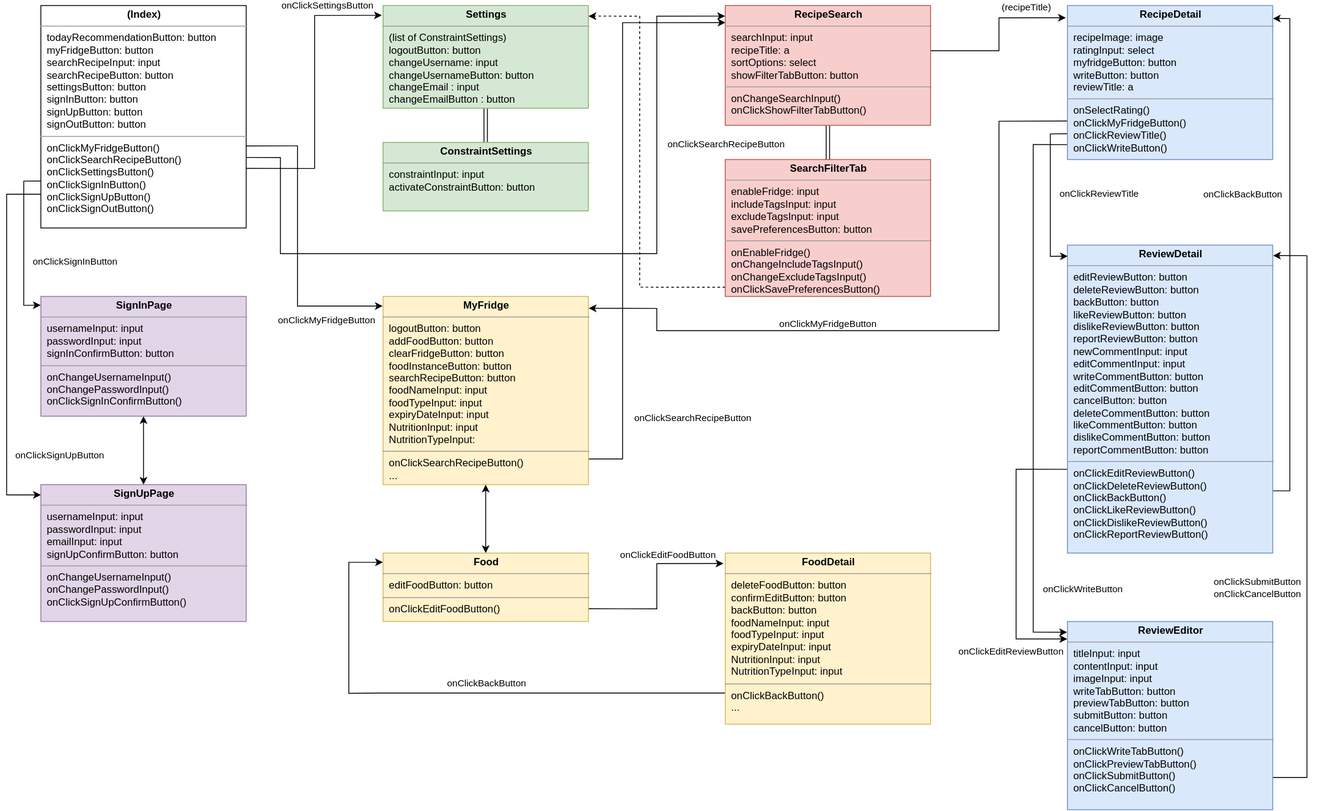
swsnu/swpp2020-team10 keeps this draw.io diagram as img/componentRelations.svg. Above is the earlier version. Source tidied: cells renumbered, new cells last; positions are measured from the earlier drawing's top-left corner, leaving out a move shared by most shapes.
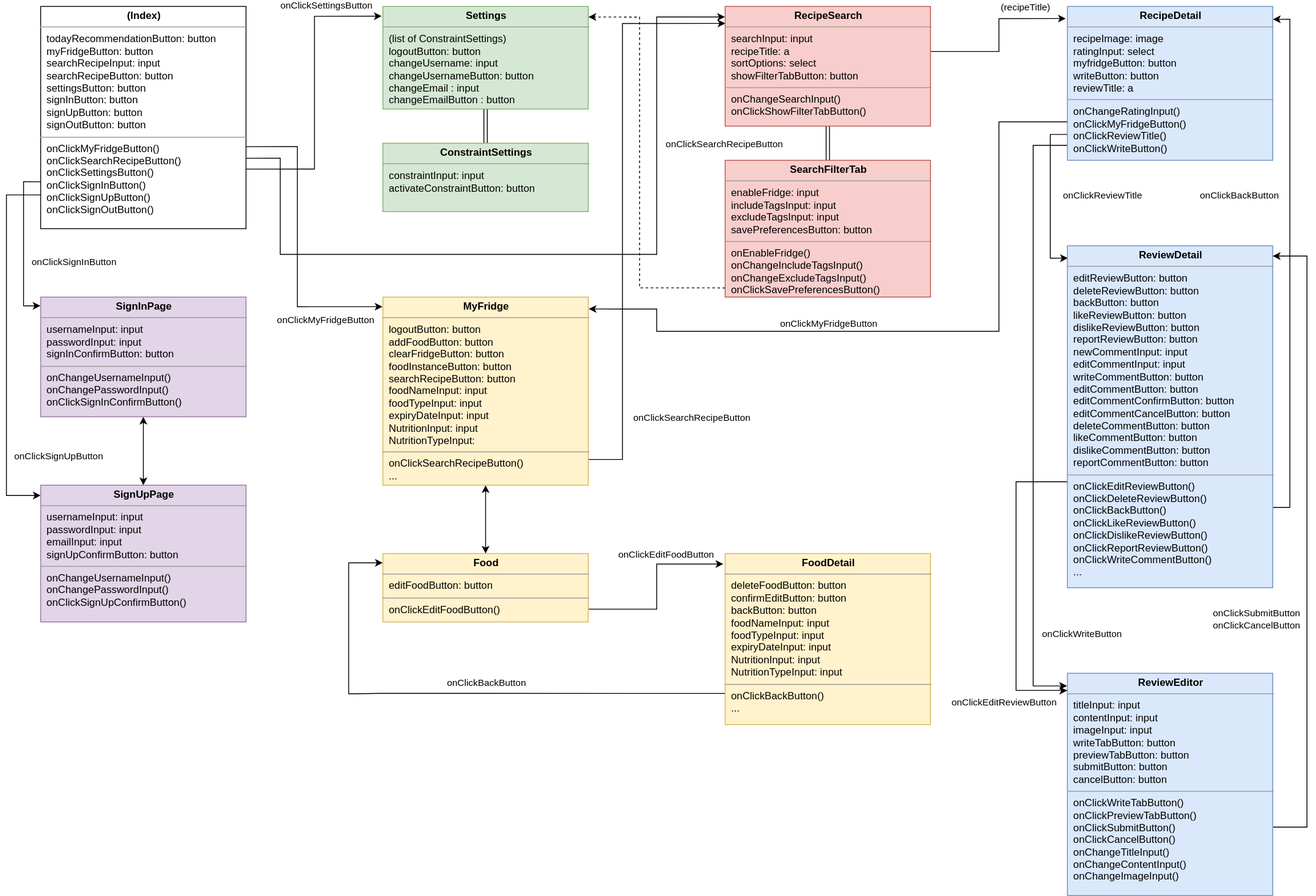
After the change.

The edit, as a diff of the source:
```diff
@@ -163,14 +163,14 @@
     </mxCell>
     <mxCell id="36" value="onClickReviewTitle" style="edgeLabel;html=1;align=center;verticalAlign=middle;" parent="35" vertex="1">
       <mxGeometry x="-0.11" y="1" relative="1" as="geometry">
-        <mxPoint x="54" y="8.1" as="offset" />
+        <mxPoint x="59" y="7.8" as="offset" />
       </mxGeometry>
     </mxCell>
     <mxCell id="37" style="edgeStyle=orthogonalEdgeStyle;rounded=0;jettySize=auto;html=1;exitX=0.003;exitY=0.903;exitDx=0;exitDy=0;startArrow=none;startFill=0;exitPerimeter=0;entryX=-0.002;entryY=0.057;entryDx=0;entryDy=0;entryPerimeter=0;" parent="1" edge="1" source="41" target="49">
       <mxGeometry relative="1" as="geometry">
         <Array as="points">
           <mxPoint x="1200" y="163" />
-          <mxPoint x="1200" y="733" />
+          <mxPoint x="1200" y="795" />
         </Array>
       </mxGeometry>
     </mxCell>
@@ -194,27 +194,29 @@
         <mxPoint x="17.3" y="-9" as="offset" />
       </mxGeometry>
     </mxCell>
-    <mxCell id="41" value="&lt;p style=&quot;margin: 0px ; margin-top: 4px ; text-align: center&quot;&gt;&lt;b&gt;RecipeDetail&lt;/b&gt;&lt;/p&gt;&lt;hr size=&quot;1&quot;&gt;&lt;p style=&quot;margin: 0px ; margin-left: 4px&quot;&gt;&amp;nbsp;recipeImage: image&lt;/p&gt;&lt;p style=&quot;margin: 0px ; margin-left: 4px&quot;&gt;&amp;nbsp;ratingInput: select&lt;/p&gt;&lt;p style=&quot;margin: 0px ; margin-left: 4px&quot;&gt;&amp;nbsp;myfridgeButton: button&lt;/p&gt;&lt;p style=&quot;margin: 0px ; margin-left: 4px&quot;&gt;&amp;nbsp;writeButton: button&lt;/p&gt;&lt;p style=&quot;margin: 0px ; margin-left: 4px&quot;&gt;&amp;nbsp;reviewTitle: a&lt;/p&gt;&lt;hr size=&quot;1&quot;&gt;&lt;p style=&quot;margin: 0px ; margin-left: 4px&quot;&gt;&amp;nbsp;onSelectRating()&lt;/p&gt;&lt;p style=&quot;margin: 0px ; margin-left: 4px&quot;&gt;&amp;nbsp;onClickMyFridgeButton()&lt;/p&gt;&lt;p style=&quot;margin: 0px ; margin-left: 4px&quot;&gt;&amp;nbsp;onClickReviewTitle()&lt;/p&gt;&lt;p style=&quot;margin: 0px ; margin-left: 4px&quot;&gt;&amp;nbsp;onClickWriteButton()&lt;/p&gt;" style="verticalAlign=top;align=left;overflow=fill;fontSize=12;fontFamily=Helvetica;html=1;rounded=0;shadow=0;glass=0;comic=0;sketch=0;fillColor=#dae8fc;strokeColor=#6c8ebf;" parent="1" vertex="1">
+    <mxCell id="41" value="&lt;p style=&quot;margin: 0px ; margin-top: 4px ; text-align: center&quot;&gt;&lt;b&gt;RecipeDetail&lt;/b&gt;&lt;/p&gt;&lt;hr size=&quot;1&quot;&gt;&lt;p style=&quot;margin: 0px ; margin-left: 4px&quot;&gt;&amp;nbsp;recipeImage: image&lt;/p&gt;&lt;p style=&quot;margin: 0px ; margin-left: 4px&quot;&gt;&amp;nbsp;ratingInput: select&lt;/p&gt;&lt;p style=&quot;margin: 0px ; margin-left: 4px&quot;&gt;&amp;nbsp;myfridgeButton: button&lt;/p&gt;&lt;p style=&quot;margin: 0px ; margin-left: 4px&quot;&gt;&amp;nbsp;writeButton: button&lt;/p&gt;&lt;p style=&quot;margin: 0px ; margin-left: 4px&quot;&gt;&amp;nbsp;reviewTitle: a&lt;/p&gt;&lt;hr size=&quot;1&quot;&gt;&lt;p style=&quot;margin: 0px ; margin-left: 4px&quot;&gt;&amp;nbsp;onChangeRatingInput()&lt;/p&gt;&lt;p style=&quot;margin: 0px ; margin-left: 4px&quot;&gt;&amp;nbsp;onClickMyFridgeButton()&lt;/p&gt;&lt;p style=&quot;margin: 0px ; margin-left: 4px&quot;&gt;&amp;nbsp;onClickReviewTitle()&lt;/p&gt;&lt;p style=&quot;margin: 0px ; margin-left: 4px&quot;&gt;&amp;nbsp;onClickWriteButton()&lt;/p&gt;" style="verticalAlign=top;align=left;overflow=fill;fontSize=12;fontFamily=Helvetica;html=1;rounded=0;shadow=0;glass=0;comic=0;sketch=0;fillColor=#dae8fc;strokeColor=#6c8ebf;" parent="1" vertex="1">
       <mxGeometry x="1240" width="240" height="180" as="geometry" />
     </mxCell>
-    <mxCell id="42" style="edgeStyle=orthogonalEdgeStyle;rounded=0;jettySize=auto;html=1;exitX=1.001;exitY=0.798;exitDx=0;exitDy=0;entryX=1.001;entryY=0.084;entryDx=0;entryDy=0;startArrow=none;startFill=0;entryPerimeter=0;exitPerimeter=0;" parent="1" edge="1" source="46" target="41">
+    <mxCell id="42" style="edgeStyle=orthogonalEdgeStyle;rounded=0;jettySize=auto;html=1;entryX=1.001;entryY=0.084;entryDx=0;entryDy=0;startArrow=none;startFill=0;entryPerimeter=0;" parent="1" edge="1" target="41">
       <mxGeometry relative="1" as="geometry">
+        <mxPoint x="1480" y="586" as="sourcePoint" />
         <Array as="points">
-          <mxPoint x="1500" y="567" />
+          <mxPoint x="1500" y="586" />
           <mxPoint x="1500" y="15" />
         </Array>
       </mxGeometry>
     </mxCell>
     <mxCell id="43" value="onClickBackButton" style="edgeLabel;html=1;align=center;verticalAlign=middle;" parent="42" vertex="1">
       <mxGeometry x="0.23" y="1" relative="1" as="geometry">
-        <mxPoint x="-56" y="-4.2" as="offset" />
+        <mxPoint x="-59" y="-11.7" as="offset" />
       </mxGeometry>
     </mxCell>
-    <mxCell id="44" style="edgeStyle=orthogonalEdgeStyle;rounded=0;jettySize=auto;html=1;exitX=0;exitY=0.728;exitDx=0;exitDy=0;entryX=-0.001;entryY=0.093;entryDx=0;entryDy=0;entryPerimeter=0;startArrow=none;startFill=0;exitPerimeter=0;" parent="1" edge="1" source="46" target="49">
+    <mxCell id="44" style="edgeStyle=orthogonalEdgeStyle;rounded=0;jettySize=auto;html=1;exitX=0;exitY=0.69;exitDx=0;exitDy=0;entryX=-0.001;entryY=0.078;entryDx=0;entryDy=0;entryPerimeter=0;startArrow=none;startFill=0;exitPerimeter=0;" parent="1" edge="1" source="46" target="49">
       <mxGeometry relative="1" as="geometry">
         <Array as="points">
-          <mxPoint x="1180" y="542" />
-          <mxPoint x="1180" y="741" />
+          <mxPoint x="1180" y="556" />
+          <mxPoint x="1180" y="800" />
+          <mxPoint x="1240" y="800" />
         </Array>
       </mxGeometry>
     </mxCell>
@@ -223,13 +225,13 @@
         <mxPoint x="-21.6" y="13.5" as="offset" />
       </mxGeometry>
     </mxCell>
-    <mxCell id="46" value="&lt;p style=&quot;margin: 0px ; margin-top: 4px ; text-align: center&quot;&gt;&lt;b&gt;ReviewDetail&lt;/b&gt;&lt;/p&gt;&lt;hr size=&quot;1&quot;&gt;&lt;p style=&quot;margin: 0px ; margin-left: 4px&quot;&gt;&amp;nbsp;editReviewButton: button&lt;/p&gt;&lt;p style=&quot;margin: 0px ; margin-left: 4px&quot;&gt;&amp;nbsp;deleteReviewButton: button&lt;/p&gt;&lt;p style=&quot;margin: 0px ; margin-left: 4px&quot;&gt;&amp;nbsp;backButton: button&lt;/p&gt;&lt;p style=&quot;margin: 0px ; margin-left: 4px&quot;&gt;&amp;nbsp;likeReviewButton: button&lt;/p&gt;&lt;p style=&quot;margin: 0px ; margin-left: 4px&quot;&gt;&amp;nbsp;dislikeReviewButton: button&lt;/p&gt;&lt;p style=&quot;margin: 0px ; margin-left: 4px&quot;&gt;&amp;nbsp;reportReviewButton: button&lt;/p&gt;&lt;p style=&quot;margin: 0px ; margin-left: 4px&quot;&gt;&amp;nbsp;newCommentInput: input&lt;/p&gt;&lt;p style=&quot;margin: 0px ; margin-left: 4px&quot;&gt;&amp;nbsp;editCommentInput: input&lt;/p&gt;&lt;p style=&quot;margin: 0px ; margin-left: 4px&quot;&gt;&amp;nbsp;writeCommentButton: button&lt;/p&gt;&lt;p style=&quot;margin: 0px ; margin-left: 4px&quot;&gt;&amp;nbsp;editCommentButton: button&lt;/p&gt;&lt;p style=&quot;margin: 0px ; margin-left: 4px&quot;&gt;&amp;nbsp;cancelButton: button&lt;/p&gt;&lt;p style=&quot;margin: 0px ; margin-left: 4px&quot;&gt;&amp;nbsp;deleteCommentButton: button&lt;/p&gt;&lt;p style=&quot;margin: 0px ; margin-left: 4px&quot;&gt;&amp;nbsp;likeCommentButton: button&lt;/p&gt;&lt;p style=&quot;margin: 0px ; margin-left: 4px&quot;&gt;&amp;nbsp;dislikeCommentButton: button&lt;/p&gt;&lt;p style=&quot;margin: 0px ; margin-left: 4px&quot;&gt;&amp;nbsp;reportCommentButton: button&lt;/p&gt;&lt;hr size=&quot;1&quot;&gt;&lt;p style=&quot;margin: 0px ; margin-left: 4px&quot;&gt;&amp;nbsp;onClickEditReviewButton()&lt;/p&gt;&lt;p style=&quot;margin: 0px ; margin-left: 4px&quot;&gt;&amp;nbsp;onClickDeleteReviewButton()&lt;/p&gt;&lt;p style=&quot;margin: 0px ; margin-left: 4px&quot;&gt;&amp;nbsp;onClickBackButton()&lt;/p&gt;&lt;p style=&quot;margin: 0px ; margin-left: 4px&quot;&gt;&amp;nbsp;onClickLikeReviewButton()&lt;/p&gt;&lt;p style=&quot;margin: 0px ; margin-left: 4px&quot;&gt;&amp;nbsp;onClickDislikeReviewButton()&lt;/p&gt;&lt;p style=&quot;margin: 0px ; margin-left: 4px&quot;&gt;&amp;nbsp;onClickReportReviewButton()&lt;/p&gt;" style="verticalAlign=top;align=left;overflow=fill;fontSize=12;fontFamily=Helvetica;html=1;rounded=0;shadow=0;glass=0;comic=0;sketch=0;fillColor=#dae8fc;strokeColor=#6c8ebf;" parent="1" vertex="1">
-      <mxGeometry x="1240" y="280" width="240" height="360" as="geometry" />
+    <mxCell id="46" value="&lt;p style=&quot;margin: 0px ; margin-top: 4px ; text-align: center&quot;&gt;&lt;b&gt;ReviewDetail&lt;/b&gt;&lt;/p&gt;&lt;hr size=&quot;1&quot;&gt;&lt;p style=&quot;margin: 0px ; margin-left: 4px&quot;&gt;&amp;nbsp;editReviewButton: button&lt;/p&gt;&lt;p style=&quot;margin: 0px ; margin-left: 4px&quot;&gt;&amp;nbsp;deleteReviewButton: button&lt;/p&gt;&lt;p style=&quot;margin: 0px ; margin-left: 4px&quot;&gt;&amp;nbsp;backButton: button&lt;/p&gt;&lt;p style=&quot;margin: 0px ; margin-left: 4px&quot;&gt;&amp;nbsp;likeReviewButton: button&lt;/p&gt;&lt;p style=&quot;margin: 0px ; margin-left: 4px&quot;&gt;&amp;nbsp;dislikeReviewButton: button&lt;/p&gt;&lt;p style=&quot;margin: 0px ; margin-left: 4px&quot;&gt;&amp;nbsp;reportReviewButton: button&lt;/p&gt;&lt;p style=&quot;margin: 0px ; margin-left: 4px&quot;&gt;&amp;nbsp;newCommentInput: input&lt;/p&gt;&lt;p style=&quot;margin: 0px ; margin-left: 4px&quot;&gt;&amp;nbsp;editCommentInput: input&lt;/p&gt;&lt;p style=&quot;margin: 0px ; margin-left: 4px&quot;&gt;&amp;nbsp;writeCommentButton: button&lt;/p&gt;&lt;p style=&quot;margin: 0px ; margin-left: 4px&quot;&gt;&amp;nbsp;&lt;span&gt;editCommentButton: button&lt;/span&gt;&lt;/p&gt;&lt;p style=&quot;margin: 0px ; margin-left: 4px&quot;&gt;&amp;nbsp;editCommentConfirmButton: button&lt;/p&gt;&lt;p style=&quot;margin: 0px ; margin-left: 4px&quot;&gt;&amp;nbsp;editCommentCancelButton: button&lt;/p&gt;&lt;p style=&quot;margin: 0px ; margin-left: 4px&quot;&gt;&amp;nbsp;deleteCommentButton: button&lt;/p&gt;&lt;p style=&quot;margin: 0px ; margin-left: 4px&quot;&gt;&amp;nbsp;likeCommentButton: button&lt;/p&gt;&lt;p style=&quot;margin: 0px ; margin-left: 4px&quot;&gt;&amp;nbsp;dislikeCommentButton: button&lt;/p&gt;&lt;p style=&quot;margin: 0px ; margin-left: 4px&quot;&gt;&amp;nbsp;reportCommentButton: button&lt;/p&gt;&lt;hr size=&quot;1&quot;&gt;&lt;p style=&quot;margin: 0px ; margin-left: 4px&quot;&gt;&amp;nbsp;onClickEditReviewButton()&lt;/p&gt;&lt;p style=&quot;margin: 0px ; margin-left: 4px&quot;&gt;&amp;nbsp;onClickDeleteReviewButton()&lt;/p&gt;&lt;p style=&quot;margin: 0px ; margin-left: 4px&quot;&gt;&amp;nbsp;onClickBackButton()&lt;/p&gt;&lt;p style=&quot;margin: 0px ; margin-left: 4px&quot;&gt;&amp;nbsp;onClickLikeReviewButton()&lt;/p&gt;&lt;p style=&quot;margin: 0px ; margin-left: 4px&quot;&gt;&amp;nbsp;onClickDislikeReviewButton()&lt;/p&gt;&lt;p style=&quot;margin: 0px ; margin-left: 4px&quot;&gt;&amp;nbsp;onClickReportReviewButton()&lt;/p&gt;&lt;p style=&quot;margin: 0px ; margin-left: 4px&quot;&gt;&amp;nbsp;onClickWriteCommentButton()&lt;/p&gt;&lt;p style=&quot;margin: 0px ; margin-left: 4px&quot;&gt;&amp;nbsp;...&lt;/p&gt;" style="verticalAlign=top;align=left;overflow=fill;fontSize=12;fontFamily=Helvetica;html=1;rounded=0;shadow=0;glass=0;comic=0;sketch=0;fillColor=#dae8fc;strokeColor=#6c8ebf;" parent="1" vertex="1">
+      <mxGeometry x="1240" y="280" width="240" height="400" as="geometry" />
     </mxCell>
-    <mxCell id="47" style="edgeStyle=orthogonalEdgeStyle;rounded=0;jettySize=auto;html=1;exitX=0.999;exitY=0.829;exitDx=0;exitDy=0;startArrow=none;startFill=0;entryX=1.002;entryY=0.034;entryDx=0;entryDy=0;entryPerimeter=0;exitPerimeter=0;" parent="1" edge="1" source="49" target="46">
+    <mxCell id="47" style="edgeStyle=orthogonalEdgeStyle;rounded=0;jettySize=auto;html=1;exitX=1;exitY=0.692;exitDx=0;exitDy=0;startArrow=none;startFill=0;exitPerimeter=0;entryX=1;entryY=0.03;entryDx=0;entryDy=0;entryPerimeter=0;" parent="1" edge="1" source="49" target="46">
       <mxGeometry relative="1" as="geometry">
         <Array as="points">
-          <mxPoint x="1520" y="902" />
+          <mxPoint x="1520" y="960" />
           <mxPoint x="1520" y="292" />
         </Array>
       </mxGeometry>
@@ -239,8 +241,8 @@
         <mxPoint x="-58" y="0.4" as="offset" />
       </mxGeometry>
     </mxCell>
-    <mxCell id="49" value="&lt;p style=&quot;margin: 0px ; margin-top: 4px ; text-align: center&quot;&gt;&lt;b&gt;ReviewEditor&lt;/b&gt;&lt;/p&gt;&lt;hr size=&quot;1&quot;&gt;&lt;p style=&quot;margin: 0px ; margin-left: 4px&quot;&gt;&amp;nbsp;titleInput: input&lt;/p&gt;&lt;p style=&quot;margin: 0px ; margin-left: 4px&quot;&gt;&amp;nbsp;contentInput: input&lt;/p&gt;&lt;p style=&quot;margin: 0px ; margin-left: 4px&quot;&gt;&amp;nbsp;imageInput: input&lt;/p&gt;&lt;p style=&quot;margin: 0px ; margin-left: 4px&quot;&gt;&amp;nbsp;writeTabButton: button&lt;/p&gt;&lt;p style=&quot;margin: 0px ; margin-left: 4px&quot;&gt;&amp;nbsp;previewTabButton: button&lt;/p&gt;&lt;p style=&quot;margin: 0px ; margin-left: 4px&quot;&gt;&amp;nbsp;submitButton: button&lt;/p&gt;&lt;p style=&quot;margin: 0px ; margin-left: 4px&quot;&gt;&amp;nbsp;cancelButton: button&lt;/p&gt;&lt;hr size=&quot;1&quot;&gt;&lt;p style=&quot;margin: 0px ; margin-left: 4px&quot;&gt;&amp;nbsp;onClickWriteTabButton()&lt;/p&gt;&lt;p style=&quot;margin: 0px ; margin-left: 4px&quot;&gt;&amp;nbsp;onClickPreviewTabButton()&lt;/p&gt;&lt;p style=&quot;margin: 0px ; margin-left: 4px&quot;&gt;&amp;nbsp;onClickSubmitButton()&lt;/p&gt;&lt;p style=&quot;margin: 0px ; margin-left: 4px&quot;&gt;&amp;nbsp;onClickCancelButton()&lt;/p&gt;&lt;div&gt;&lt;br&gt;&lt;/div&gt;" style="verticalAlign=top;align=left;overflow=fill;fontSize=12;fontFamily=Helvetica;html=1;rounded=0;shadow=0;glass=0;comic=0;sketch=0;fillColor=#dae8fc;strokeColor=#6c8ebf;" parent="1" vertex="1">
-      <mxGeometry x="1240" y="720" width="240" height="220" as="geometry" />
+    <mxCell id="49" value="&lt;p style=&quot;margin: 0px ; margin-top: 4px ; text-align: center&quot;&gt;&lt;b&gt;ReviewEditor&lt;/b&gt;&lt;/p&gt;&lt;hr size=&quot;1&quot;&gt;&lt;p style=&quot;margin: 0px ; margin-left: 4px&quot;&gt;&amp;nbsp;titleInput: input&lt;/p&gt;&lt;p style=&quot;margin: 0px ; margin-left: 4px&quot;&gt;&amp;nbsp;contentInput: input&lt;/p&gt;&lt;p style=&quot;margin: 0px ; margin-left: 4px&quot;&gt;&amp;nbsp;imageInput: input&lt;/p&gt;&lt;p style=&quot;margin: 0px ; margin-left: 4px&quot;&gt;&amp;nbsp;writeTabButton: button&lt;/p&gt;&lt;p style=&quot;margin: 0px ; margin-left: 4px&quot;&gt;&amp;nbsp;previewTabButton: button&lt;/p&gt;&lt;p style=&quot;margin: 0px ; margin-left: 4px&quot;&gt;&amp;nbsp;submitButton: button&lt;/p&gt;&lt;p style=&quot;margin: 0px ; margin-left: 4px&quot;&gt;&amp;nbsp;cancelButton: button&lt;/p&gt;&lt;hr size=&quot;1&quot;&gt;&lt;p style=&quot;margin: 0px ; margin-left: 4px&quot;&gt;&amp;nbsp;onClickWriteTabButton()&lt;/p&gt;&lt;p style=&quot;margin: 0px ; margin-left: 4px&quot;&gt;&amp;nbsp;onClickPreviewTabButton()&lt;/p&gt;&lt;p style=&quot;margin: 0px ; margin-left: 4px&quot;&gt;&amp;nbsp;onClickSubmitButton()&lt;/p&gt;&lt;p style=&quot;margin: 0px ; margin-left: 4px&quot;&gt;&amp;nbsp;onClickCancelButton()&lt;/p&gt;&lt;p style=&quot;margin: 0px ; margin-left: 4px&quot;&gt;&amp;nbsp;onChangeTitleInput()&lt;/p&gt;&lt;p style=&quot;margin: 0px ; margin-left: 4px&quot;&gt;&amp;nbsp;onChangeContentInput()&lt;/p&gt;&lt;p style=&quot;margin: 0px ; margin-left: 4px&quot;&gt;&amp;nbsp;onChangeImageInput()&lt;/p&gt;&lt;div&gt;&lt;br&gt;&lt;/div&gt;&lt;div&gt;&lt;br&gt;&lt;/div&gt;" style="verticalAlign=top;align=left;overflow=fill;fontSize=12;fontFamily=Helvetica;html=1;rounded=0;shadow=0;glass=0;comic=0;sketch=0;fillColor=#dae8fc;strokeColor=#6c8ebf;" parent="1" vertex="1">
+      <mxGeometry x="1240" y="780" width="240" height="260" as="geometry" />
     </mxCell>
   </root>
 </mxGraphModel>
```
